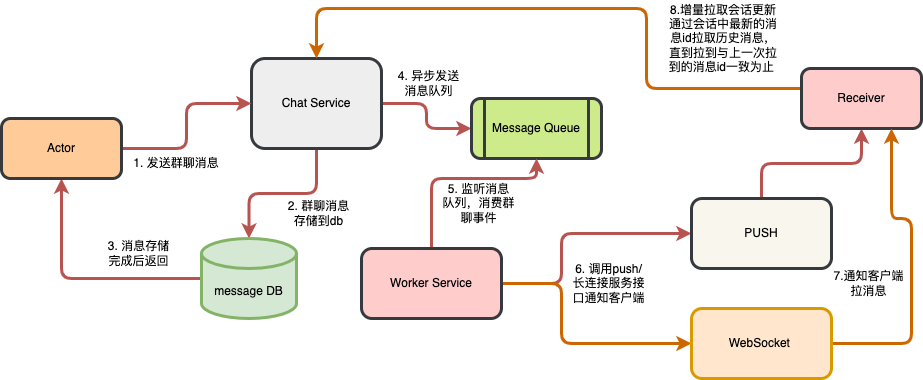
Above: groupchat.drawio.png in anriclee/diagramStorage (draw.io), before the change. Source tidied: cells renumbered, new cells last; positions are measured from the earlier drawing's top-left corner, leaving out a move shared by most shapes.
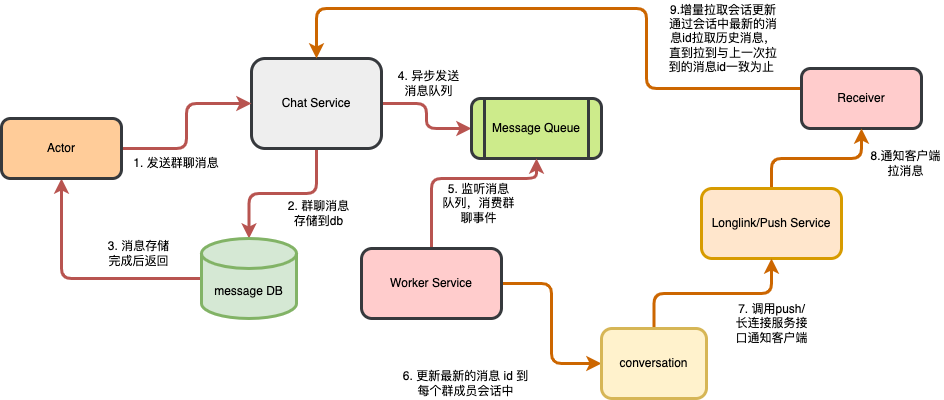
Above is the later version.

The edit, as a diff of the source:
```diff
@@ -28,31 +28,12 @@
         </Array>
       </mxGeometry>
     </mxCell>
-    <mxCell id="9" style="edgeStyle=orthogonalEdgeStyle;rounded=1;sketch=0;jettySize=auto;html=1;entryX=0;entryY=0.5;entryDx=0;entryDy=0;shadow=0;strokeWidth=3;fillColor=#f8cecc;strokeColor=#b85450;" parent="1" edge="1" source="11" target="13">
-      <mxGeometry relative="1" as="geometry">
-        <Array as="points">
-          <mxPoint x="560" y="275" />
-          <mxPoint x="560" y="225" />
-        </Array>
-      </mxGeometry>
-    </mxCell>
-    <mxCell id="10" style="edgeStyle=orthogonalEdgeStyle;shape=connector;rounded=1;sketch=0;jettySize=auto;html=1;shadow=0;labelBackgroundColor=default;fontFamily=Helvetica;fontSize=11;fontColor=default;endArrow=classic;strokeColor=#CC6600;strokeWidth=3;" parent="1" edge="1" source="11" target="27">
-      <mxGeometry relative="1" as="geometry">
-        <Array as="points">
-          <mxPoint x="560" y="275" />
-          <mxPoint x="560" y="335" />
-        </Array>
-      </mxGeometry>
-    </mxCell>
+    <mxCell id="28" style="edgeStyle=orthogonalEdgeStyle;rounded=1;jettySize=auto;html=1;entryX=0;entryY=0.5;entryDx=0;entryDy=0;fontSize=3;strokeWidth=3;strokeColor=#CC6600;" parent="1" edge="1" source="11" target="30">
+      <mxGeometry relative="1" as="geometry" />
+    </mxCell>
     <mxCell id="11" value="Worker Service" style="rounded=1;whiteSpace=wrap;html=1;fillColor=#ffcccc;strokeColor=#36393d;strokeWidth=3;" parent="1" vertex="1">
       <mxGeometry x="360" y="240" width="140" height="70" as="geometry" />
     </mxCell>
-    <mxCell id="12" style="edgeStyle=orthogonalEdgeStyle;rounded=1;sketch=0;jettySize=auto;html=1;entryX=0.5;entryY=1;entryDx=0;entryDy=0;shadow=0;strokeWidth=3;fillColor=#f8cecc;strokeColor=#b85450;" parent="1" edge="1" source="13" target="19">
-      <mxGeometry relative="1" as="geometry" />
-    </mxCell>
-    <mxCell id="13" value="PUSH" style="rounded=1;whiteSpace=wrap;html=1;fillColor=#f9f7ed;strokeColor=#36393d;strokeWidth=3;" parent="1" vertex="1">
-      <mxGeometry x="690" y="190" width="140" height="70" as="geometry" />
-    </mxCell>
     <mxCell id="14" value="1. 发送群聊消息" style="text;html=1;strokeColor=none;fillColor=none;align=center;verticalAlign=middle;whiteSpace=wrap;rounded=1;" parent="1" vertex="1">
       <mxGeometry x="130" y="140" width="90" height="30" as="geometry" />
     </mxCell>
@@ -86,26 +67,29 @@
     <mxCell id="22" value="5. 监听消息队列，消费群聊事件" style="text;html=1;strokeColor=none;fillColor=none;align=center;verticalAlign=middle;whiteSpace=wrap;rounded=1;" parent="1" vertex="1">
       <mxGeometry x="440" y="180" width="75" height="30" as="geometry" />
     </mxCell>
-    <mxCell id="23" value="6. 调用push/长连接服务接口通知客户端" style="text;html=1;strokeColor=none;fillColor=none;align=center;verticalAlign=middle;whiteSpace=wrap;rounded=1;" parent="1" vertex="1">
-      <mxGeometry x="570" y="260" width="75" height="30" as="geometry" />
+    <mxCell id="23" value="7. 调用push/长连接服务接口通知客户端" style="text;html=1;strokeColor=none;fillColor=none;align=center;verticalAlign=middle;whiteSpace=wrap;rounded=1;" parent="1" vertex="1">
+      <mxGeometry x="732.5" y="300" width="75" height="30" as="geometry" />
     </mxCell>
-    <mxCell id="24" value="7.通知客户端拉消息" style="text;html=1;strokeColor=none;fillColor=none;align=center;verticalAlign=middle;whiteSpace=wrap;rounded=1;" parent="1" vertex="1">
-      <mxGeometry x="830" y="260" width="75" height="30" as="geometry" />
+    <mxCell id="24" value="8.通知客户端拉消息" style="text;html=1;strokeColor=none;fillColor=none;align=center;verticalAlign=middle;whiteSpace=wrap;rounded=1;" parent="1" vertex="1">
+      <mxGeometry x="867" y="140" width="75" height="30" as="geometry" />
     </mxCell>
-    <mxCell id="25" value="8.增量拉取会话更新&lt;br&gt;通过会话中最新的消息id拉取历史消息，直到拉到与上一次拉到的消息id一致为止&amp;nbsp;" style="text;html=1;strokeColor=none;fillColor=none;align=center;verticalAlign=middle;whiteSpace=wrap;rounded=1;" parent="1" vertex="1">
+    <mxCell id="25" value="9.增量拉取会话更新&lt;br&gt;通过会话中最新的消息id拉取历史消息，直到拉到与上一次拉到的消息id一致为止&amp;nbsp;" style="text;html=1;strokeColor=none;fillColor=none;align=center;verticalAlign=middle;whiteSpace=wrap;rounded=1;" parent="1" vertex="1">
       <mxGeometry x="662.5" width="117.5" height="60" as="geometry" />
     </mxCell>
-    <mxCell id="26" style="edgeStyle=orthogonalEdgeStyle;shape=connector;rounded=1;sketch=0;jettySize=auto;html=1;entryX=0.75;entryY=1;entryDx=0;entryDy=0;shadow=0;labelBackgroundColor=default;fontFamily=Helvetica;fontSize=11;fontColor=default;endArrow=classic;strokeColor=#CC6600;strokeWidth=3;" parent="1" edge="1" source="27" target="19">
-      <mxGeometry relative="1" as="geometry">
-        <Array as="points">
-          <mxPoint x="910" y="335" />
-          <mxPoint x="910" y="210" />
-          <mxPoint x="890" y="210" />
-        </Array>
-      </mxGeometry>
+    <mxCell id="26" style="edgeStyle=orthogonalEdgeStyle;rounded=1;jettySize=auto;html=1;fontSize=3;strokeWidth=3;strokeColor=#CC6600;" parent="1" edge="1" source="27" target="19">
+      <mxGeometry relative="1" as="geometry" />
     </mxCell>
-    <mxCell id="27" value="WebSocket&amp;nbsp;" style="rounded=1;whiteSpace=wrap;html=1;fillColor=#ffe6cc;strokeColor=#d79b00;strokeWidth=3;" parent="1" vertex="1">
-      <mxGeometry x="690" y="300" width="140" height="70" as="geometry" />
+    <mxCell id="27" value="Longlink/Push Service" style="rounded=1;whiteSpace=wrap;html=1;fillColor=#ffe6cc;strokeColor=#d79b00;strokeWidth=3;" parent="1" vertex="1">
+      <mxGeometry x="700" y="180" width="140" height="70" as="geometry" />
     </mxCell>
+    <mxCell id="29" style="edgeStyle=orthogonalEdgeStyle;rounded=1;jettySize=auto;html=1;entryX=0.5;entryY=1;entryDx=0;entryDy=0;fontSize=3;strokeWidth=3;strokeColor=#CC6600;" parent="1" edge="1" source="30" target="27">
+      <mxGeometry relative="1" as="geometry" />
+    </mxCell>
+    <mxCell id="30" value="conversation" style="rounded=1;whiteSpace=wrap;html=1;fillColor=#fff2cc;strokeColor=#d6b656;strokeWidth=3;" parent="1" vertex="1">
+      <mxGeometry x="600" y="320" width="105" height="70" as="geometry" />
+    </mxCell>
+    <mxCell id="31" value="6. 更新最新的消息 id 到每个群成员会话中" style="text;html=1;strokeColor=none;fillColor=none;align=center;verticalAlign=middle;whiteSpace=wrap;rounded=1;" parent="1" vertex="1">
+      <mxGeometry x="400" y="360" width="129" height="30" as="geometry" />
+    </mxCell>
   </root>
 </mxGraphModel>
```
